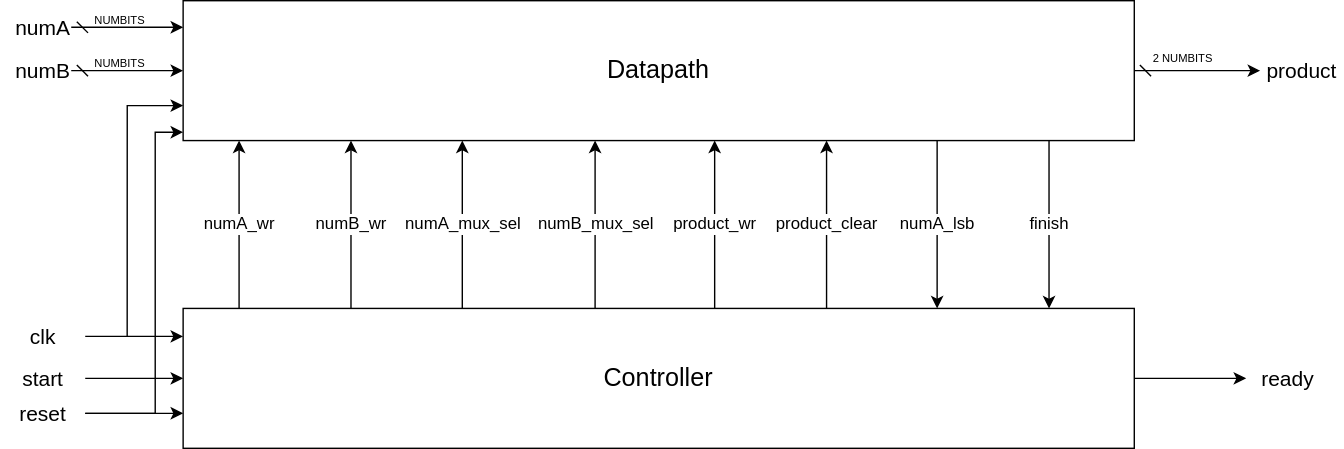
Earlier version of the draw.io export Tayyab/SequentialSignedMultiplier/docs/images/datapath_controller.drawio.svg (medsuet/Xcelerium-IC-Design-Training). Source tidied: cells renumbered, new cells last; positions are measured from the earlier drawing's top-left corner, leaving out a move shared by most shapes.
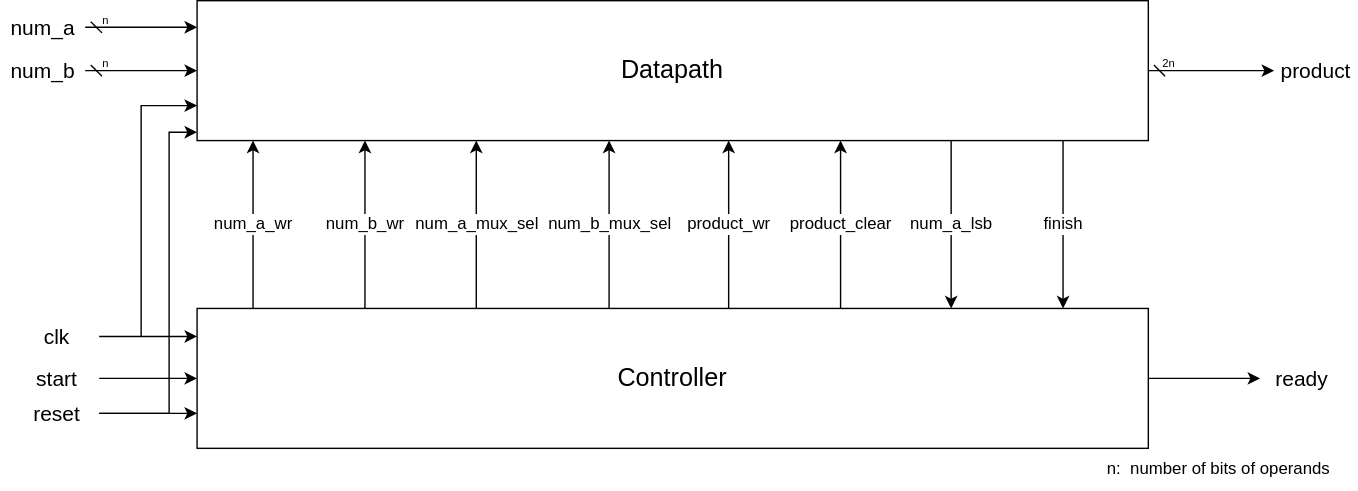
After the commit.

Commit message:
SequentialSignedMultiplier: changed moore controller to mealy

What changed in the source:
```diff
@@ -38,7 +38,7 @@
         <mxPoint x="170" y="100" as="targetPoint" />
       </mxGeometry>
     </mxCell>
-    <mxCell id="10" value="numA_wr" style="edgeLabel;html=1;align=center;verticalAlign=middle;fontSize=12;" parent="9" vertex="1">
+    <mxCell id="10" value="num_a_wr" style="edgeLabel;html=1;align=center;verticalAlign=middle;fontSize=12;" parent="9" vertex="1">
       <mxGeometry relative="1" as="geometry" />
     </mxCell>
     <mxCell id="11" style="endArrow=classic;html=1;rounded=0;exitX=0.25;exitY=0;exitDx=0;exitDy=0;entryX=0.25;entryY=1;entryDx=0;entryDy=0;" parent="1" edge="1">
@@ -47,23 +47,23 @@
         <mxPoint x="250" y="100" as="targetPoint" />
       </mxGeometry>
     </mxCell>
-    <mxCell id="12" value="numB_wr" style="edgeLabel;html=1;align=center;verticalAlign=middle;fontSize=12;" parent="11" vertex="1">
+    <mxCell id="12" value="num_b_wr" style="edgeLabel;html=1;align=center;verticalAlign=middle;fontSize=12;" parent="11" vertex="1">
       <mxGeometry relative="1" as="geometry" />
     </mxCell>
-    <mxCell id="13" value="numA" style="text;html=1;align=center;verticalAlign=middle;whiteSpace=wrap;rounded=0;fontSize=15;" parent="1" vertex="1">
-      <mxGeometry x="10" y="9" width="40" height="20" as="geometry" />
+    <mxCell id="13" value="num_a" style="text;html=1;align=center;verticalAlign=middle;whiteSpace=wrap;rounded=0;fontSize=15;" parent="1" vertex="1">
+      <mxGeometry x="-10" y="9" width="60" height="20" as="geometry" />
     </mxCell>
     <mxCell id="14" style="edgeStyle=orthogonalEdgeStyle;rounded=0;jettySize=auto;html=1;exitX=1;exitY=0.5;exitDx=0;exitDy=0;entryX=0;entryY=0.5;entryDx=0;entryDy=0;jumpStyle=none;endArrow=classic;endFill=1;startArrow=dash;startFill=0;" parent="1" edge="1" source="15" target="4">
       <mxGeometry relative="1" as="geometry" />
     </mxCell>
-    <mxCell id="15" value="numB" style="text;html=1;align=center;verticalAlign=middle;whiteSpace=wrap;rounded=0;fontSize=15;" parent="1" vertex="1">
-      <mxGeometry x="10" y="40" width="40" height="20" as="geometry" />
+    <mxCell id="15" value="num_b" style="text;html=1;align=center;verticalAlign=middle;whiteSpace=wrap;rounded=0;fontSize=15;" parent="1" vertex="1">
+      <mxGeometry x="-10" y="40" width="60" height="20" as="geometry" />
     </mxCell>
-    <mxCell id="16" value="&lt;font style=&quot;font-size: 8px;&quot;&gt;NUMBITS&lt;/font&gt;" style="text;html=1;align=center;verticalAlign=middle;whiteSpace=wrap;rounded=0;fontSize=8;" parent="1" vertex="1">
-      <mxGeometry x="70" y="9" width="30" height="10" as="geometry" />
+    <mxCell id="16" value="&lt;font style=&quot;font-size: 8px;&quot;&gt;n&lt;/font&gt;" style="text;html=1;align=center;verticalAlign=middle;whiteSpace=wrap;rounded=0;fontSize=8;" parent="1" vertex="1">
+      <mxGeometry x="50" y="9" width="30" height="10" as="geometry" />
     </mxCell>
-    <mxCell id="17" value="&lt;font style=&quot;font-size: 8px;&quot;&gt;NUMBITS&lt;/font&gt;" style="text;html=1;align=center;verticalAlign=middle;whiteSpace=wrap;rounded=0;fontSize=8;" parent="1" vertex="1">
-      <mxGeometry x="70" y="40" width="30" height="10" as="geometry" />
+    <mxCell id="17" value="n" style="text;html=1;align=center;verticalAlign=middle;whiteSpace=wrap;rounded=0;fontSize=8;" parent="1" vertex="1">
+      <mxGeometry x="50" y="40" width="30" height="10" as="geometry" />
     </mxCell>
     <mxCell id="18" style="edgeStyle=orthogonalEdgeStyle;rounded=0;jettySize=auto;html=1;exitX=1;exitY=0.5;exitDx=0;exitDy=0;entryX=0;entryY=0.19;entryDx=0;entryDy=0;entryPerimeter=0;startArrow=dash;startFill=0;" parent="1" edge="1" source="13" target="4">
       <mxGeometry relative="1" as="geometry" />
@@ -86,8 +86,8 @@
     <mxCell id="24" value="&lt;font style=&quot;font-size: 15px;&quot;&gt;product&lt;/font&gt;" style="text;html=1;align=center;verticalAlign=middle;whiteSpace=wrap;rounded=0;fontSize=15;" parent="1" vertex="1">
       <mxGeometry x="900" y="35" width="60" height="30" as="geometry" />
     </mxCell>
-    <mxCell id="25" value="&lt;font style=&quot;font-size: 8px;&quot;&gt;2 NUMBITS&lt;/font&gt;" style="text;html=1;align=center;verticalAlign=middle;whiteSpace=wrap;rounded=0;fontSize=8;" parent="1" vertex="1">
-      <mxGeometry x="820" y="36" width="50" height="10" as="geometry" />
+    <mxCell id="25" value="&lt;font style=&quot;font-size: 8px;&quot;&gt;2n&lt;/font&gt;" style="text;html=1;align=center;verticalAlign=middle;whiteSpace=wrap;rounded=0;fontSize=8;" parent="1" vertex="1">
+      <mxGeometry x="800" y="40" width="50" height="10" as="geometry" />
     </mxCell>
     <mxCell id="26" style="endArrow=classic;html=1;rounded=0;exitX=0.25;exitY=0;exitDx=0;exitDy=0;entryX=0.25;entryY=1;entryDx=0;entryDy=0;" parent="1" edge="1">
       <mxGeometry relative="1" as="geometry">
@@ -95,7 +95,7 @@
         <mxPoint x="329.6" y="100" as="targetPoint" />
       </mxGeometry>
     </mxCell>
-    <mxCell id="27" value="numA_mux_sel" style="edgeLabel;html=1;align=center;verticalAlign=middle;fontSize=12;" parent="26" vertex="1">
+    <mxCell id="27" value="num_a_mux_sel" style="edgeLabel;html=1;align=center;verticalAlign=middle;fontSize=12;" parent="26" vertex="1">
       <mxGeometry relative="1" as="geometry" />
     </mxCell>
     <mxCell id="28" style="endArrow=classic;html=1;rounded=0;exitX=0.25;exitY=0;exitDx=0;exitDy=0;entryX=0.25;entryY=1;entryDx=0;entryDy=0;" parent="1" edge="1">
@@ -104,7 +104,7 @@
         <mxPoint x="424.5" y="100" as="targetPoint" />
       </mxGeometry>
     </mxCell>
-    <mxCell id="29" value="numB_mux_sel" style="edgeLabel;html=1;align=center;verticalAlign=middle;fontSize=12;" parent="28" vertex="1">
+    <mxCell id="29" value="num_b_mux_sel" style="edgeLabel;html=1;align=center;verticalAlign=middle;fontSize=12;" parent="28" vertex="1">
       <mxGeometry relative="1" as="geometry" />
     </mxCell>
     <mxCell id="30" style="endArrow=classic;html=1;rounded=0;exitX=0.25;exitY=0;exitDx=0;exitDy=0;entryX=0.25;entryY=1;entryDx=0;entryDy=0;" parent="1" edge="1">
@@ -131,7 +131,7 @@
         <mxPoint x="669" y="220" as="targetPoint" />
       </mxGeometry>
     </mxCell>
-    <mxCell id="35" value="numA_lsb" style="edgeLabel;html=1;align=center;verticalAlign=middle;fontSize=12;" parent="34" vertex="1">
+    <mxCell id="35" value="num_a_lsb" style="edgeLabel;html=1;align=center;verticalAlign=middle;fontSize=12;" parent="34" vertex="1">
       <mxGeometry relative="1" as="geometry" />
     </mxCell>
     <mxCell id="36" style="endArrow=classic;html=1;rounded=0;exitX=0.25;exitY=0;exitDx=0;exitDy=0;entryX=0.25;entryY=1;entryDx=0;entryDy=0;" parent="1" edge="1">
@@ -151,5 +151,8 @@
         </Array>
       </mxGeometry>
     </mxCell>
+    <mxCell id="39" value="n:&amp;nbsp; number of bits of operands" style="text;html=1;align=center;verticalAlign=middle;strokeColor=none;fillColor=none;" parent="1" vertex="1">
+      <mxGeometry x="770" y="320" width="180" height="30" as="geometry" />
+    </mxCell>
   </root>
 </mxGraphModel>
```
